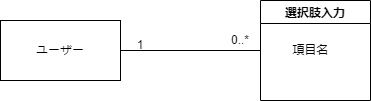
Earlier version of the draw.io export Class-3.drawio.png (Hu-Hanxu/First-App-Self-Management-). Source tidied: cells renumbered, new cells last; positions are measured from the earlier drawing's top-left corner, leaving out a move shared by most shapes.
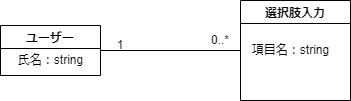
Above is the later version.

The edit, as a diff of the source:
```diff
@@ -2,17 +2,16 @@
   <root>
     <mxCell id="0" />
     <mxCell id="1" parent="0" />
-    <mxCell id="2" value="ユーザー" style="rounded=0;whiteSpace=wrap;html=1;" parent="1" vertex="1">
-      <mxGeometry y="20" width="120" height="60" as="geometry" />
-    </mxCell>
     <mxCell id="3" value="選択肢入力" style="swimlane;" parent="1" vertex="1">
       <mxGeometry x="260" width="110" height="100" as="geometry" />
     </mxCell>
-    <mxCell id="4" value="項目名" style="text;html=1;align=center;verticalAlign=middle;strokeColor=none;fillColor=none;" parent="1" vertex="1">
-      <mxGeometry x="280" y="35" width="60" height="30" as="geometry" />
+    <mxCell id="4" value="項目名：string" style="text;html=1;align=center;verticalAlign=middle;strokeColor=none;fillColor=none;" parent="1" vertex="1">
+      <mxGeometry x="260" y="35" width="100" height="30" as="geometry" />
     </mxCell>
-    <mxCell id="5" style="endArrow=none;html=1;entryX=0;entryY=0.5;entryDx=0;entryDy=0;exitX=1;exitY=0.5;exitDx=0;exitDy=0;" parent="1" edge="1" source="2" target="3">
-      <mxGeometry relative="1" as="geometry" />
+    <mxCell id="5" style="endArrow=none;html=1;entryX=0;entryY=0.5;entryDx=0;entryDy=0;exitX=1;exitY=0.5;exitDx=0;exitDy=0;" parent="1" edge="1" target="3">
+      <mxGeometry relative="1" as="geometry">
+        <mxPoint x="120" y="50" as="sourcePoint" />
+      </mxGeometry>
     </mxCell>
     <mxCell id="6" value="1" style="text;html=1;strokeColor=none;fillColor=none;align=center;verticalAlign=middle;whiteSpace=wrap;rounded=0;" parent="1" vertex="1">
       <mxGeometry x="110" y="30" width="60" height="30" as="geometry" />
@@ -20,5 +19,11 @@
     <mxCell id="7" value="0..*" style="text;html=1;strokeColor=none;fillColor=none;align=center;verticalAlign=middle;whiteSpace=wrap;rounded=0;" parent="1" vertex="1">
       <mxGeometry x="220" y="30" width="40" height="20" as="geometry" />
     </mxCell>
+    <mxCell id="2" value="ユーザー" style="swimlane;" parent="1" vertex="1">
+      <mxGeometry x="20" y="25" width="100" height="50" as="geometry" />
+    </mxCell>
+    <mxCell id="8" value="氏名：string" style="text;html=1;align=center;verticalAlign=middle;strokeColor=none;fillColor=none;" parent="2" vertex="1">
+      <mxGeometry x="5" y="20" width="90" height="30" as="geometry" />
+    </mxCell>
   </root>
 </mxGraphModel>
```
